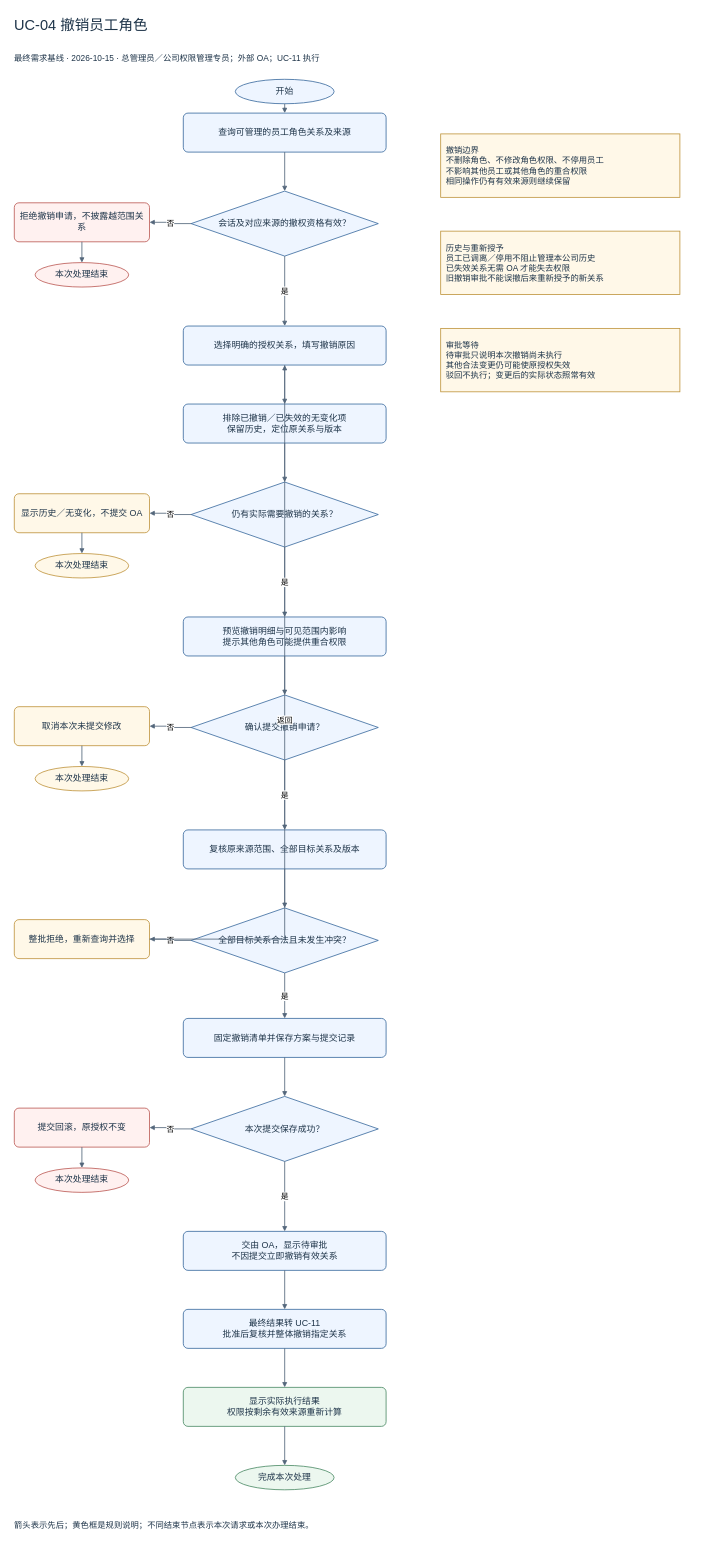
The draw.io diagram page "UC-04 撤销员工角色" (4 of 17) of docs/flows-v1/权限管理系统_全部流程图.drawio in Noah-hope/RBAC-admin, before the edit. Source tidied: cells renumbered, new cells numbered last; positions are measured from the earlier drawing's top-left corner, leaving out a move shared by most shapes. Both pictures are drawn from the tidied source at 52%, with x=0, y=0 at pixel (9, 9).
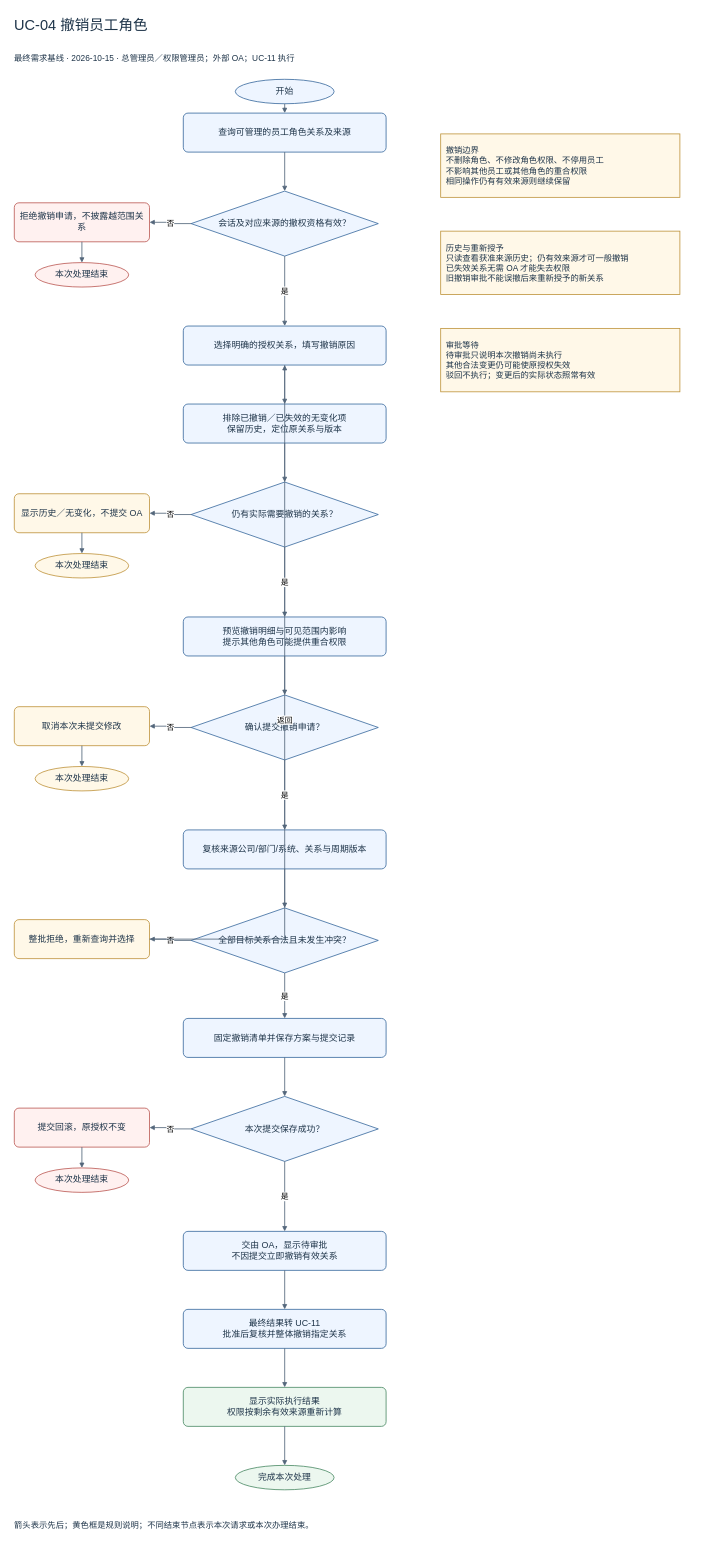
After the change.

Change to the diagram source:
```diff
@@
-    <mxCell id="3" value="最终需求基线 · 2026-10-15 · 总管理员／公司权限管理专员；外部 OA；UC-11 执行" style="text;html=1;whiteSpace=wrap;fontFamily=Microsoft YaHei;fontSize=17;fontColor=#1e3449;align=center;verticalAlign=middle;spacing=10;fillColor=#eef5ff;strokeColor=#32649a;strokeWidth=1.5;fillColor=none;strokeColor=none;align=left;fontSize=16;" parent="1" vertex="1">
+    <mxCell id="3" value="最终需求基线 · 2026-10-15 · 总管理员／权限管理员；外部 OA；UC-11 执行" style="text;html=1;whiteSpace=wrap;fontFamily=Microsoft YaHei;fontSize=17;fontColor=#1e3449;align=center;verticalAlign=middle;spacing=10;fillColor=#eef5ff;strokeColor=#32649a;strokeWidth=1.5;fillColor=none;strokeColor=none;align=left;fontSize=16;" parent="1" vertex="1">
       <mxGeometry y="70" width="1320" height="50" as="geometry" />
     </mxCell>
@@
-    <mxCell id="18" value="复核原来源范围、全部目标关系及版本" style="rounded=1;arcSize=12;html=1;whiteSpace=wrap;fontFamily=Microsoft YaHei;fontSize=17;fontColor=#1e3449;align=center;verticalAlign=middle;spacing=10;fillColor=#eef5ff;strokeColor=#32649a;strokeWidth=1.5;" parent="1" vertex="1">
+    <mxCell id="18" value="复核来源公司/部门/系统、关系与周期版本" style="rounded=1;arcSize=12;html=1;whiteSpace=wrap;fontFamily=Microsoft YaHei;fontSize=17;fontColor=#1e3449;align=center;verticalAlign=middle;spacing=10;fillColor=#eef5ff;strokeColor=#32649a;strokeWidth=1.5;" parent="1" vertex="1">
       <mxGeometry x="335" y="1578.5" width="390" height="75" as="geometry" />
     </mxCell>
@@
-    <mxCell id="30" value="历史与重新授予&lt;br&gt;员工已调离／停用不阻止管理本公司历史&lt;br&gt;已失效关系无需 OA 才能失去权限&lt;br&gt;旧撤销审批不能误撤后来重新授予的新关系" style="rounded=0;html=1;whiteSpace=wrap;fontFamily=Microsoft YaHei;fontSize=17;fontColor=#1e3449;align=center;verticalAlign=middle;spacing=10;fillColor=#fff8e8;strokeColor=#bc9036;strokeWidth=1.5;align=left;fontSize=16;" parent="1" vertex="1">
+    <mxCell id="30" value="历史与重新授予&lt;br&gt;只读查看获准来源历史；仍有效来源才可一般撤销&lt;br&gt;已失效关系无需 OA 才能失去权限&lt;br&gt;旧撤销审批不能误撤后来重新授予的新关系" style="rounded=0;html=1;whiteSpace=wrap;fontFamily=Microsoft YaHei;fontSize=17;fontColor=#1e3449;align=center;verticalAlign=middle;spacing=10;fillColor=#fff8e8;strokeColor=#bc9036;strokeWidth=1.5;align=left;fontSize=16;" parent="1" vertex="1">
       <mxGeometry x="830" y="427" width="460" height="122" as="geometry" />
     </mxCell>
```
